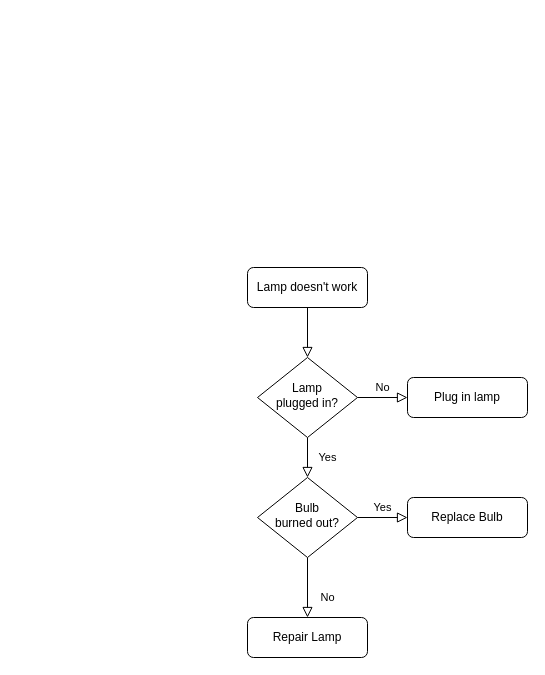
Above: Untitled Diagram.drawio in minhld1709/Blog (draw.io), before the change. Source tidied: cells renumbered, new cells numbered last; positions are measured from the earlier drawing's top-left corner, leaving out a move shared by most shapes. Both pictures are drawn from the tidied source at 100%, with x=0, y=0 at pixel (247, 267).
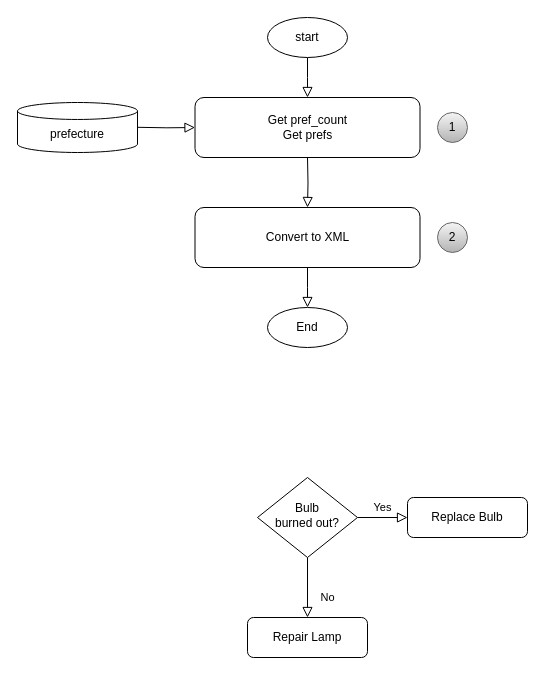
The same page after the edit.

Unchanged cells that the change refers to:
```xml
<mxCell id="10" value="Bulb&lt;br&gt;burned out?" style="rhombus;whiteSpace=wrap;html=1;shadow=0;fontFamily=Helvetica;fontSize=12;align=center;strokeWidth=1;spacing=6;spacingTop=-4;" parent="1" vertex="1">
  <mxGeometry x="10" y="210" width="100" height="80" as="geometry" />
</mxCell>
```

Change to the diagram source:
```diff
@@
-    <mxCell id="2" style="rounded=0;html=1;jettySize=auto;fontSize=11;endArrow=block;endFill=0;endSize=8;strokeWidth=1;shadow=0;labelBackgroundColor=none;edgeStyle=orthogonalEdgeStyle;" parent="1" edge="1" source="3" target="6">
-      <mxGeometry relative="1" as="geometry" />
+    <mxCell id="2" style="rounded=0;html=1;jettySize=auto;fontSize=11;endArrow=block;endFill=0;endSize=8;strokeWidth=1;shadow=0;labelBackgroundColor=none;edgeStyle=orthogonalEdgeStyle;exitX=0.5;exitY=1;exitDx=0;exitDy=0;" parent="1" edge="1" source="13">
+      <mxGeometry relative="1" as="geometry">
+        <mxPoint x="60" y="-170" as="targetPoint" />
+      </mxGeometry>
     </mxCell>
-    <mxCell id="3" value="Lamp doesn't work" style="rounded=1;whiteSpace=wrap;html=1;fontSize=12;glass=0;strokeWidth=1;shadow=0;" parent="1" vertex="1">
-      <mxGeometry width="120" height="40" as="geometry" />
-    </mxCell>
-    <mxCell id="4" value="Yes" style="rounded=0;html=1;jettySize=auto;fontSize=11;endArrow=block;endFill=0;endSize=8;strokeWidth=1;shadow=0;labelBackgroundColor=none;edgeStyle=orthogonalEdgeStyle;" parent="1" edge="1" source="6" target="10">
-      <mxGeometry y="20" relative="1" as="geometry" />
-    </mxCell>
-    <mxCell id="5" value="No" style="edgeStyle=orthogonalEdgeStyle;rounded=0;html=1;jettySize=auto;fontSize=11;endArrow=block;endFill=0;endSize=8;strokeWidth=1;shadow=0;labelBackgroundColor=none;" parent="1" edge="1" source="6" target="7">
-      <mxGeometry y="10" relative="1" as="geometry" />
-    </mxCell>
-    <mxCell id="6" value="Lamp&lt;br&gt;plugged in?" style="rhombus;whiteSpace=wrap;html=1;shadow=0;fontFamily=Helvetica;fontSize=12;align=center;strokeWidth=1;spacing=6;spacingTop=-4;" parent="1" vertex="1">
-      <mxGeometry x="10" y="90" width="100" height="80" as="geometry" />
-    </mxCell>
-    <mxCell id="7" value="Plug in lamp" style="rounded=1;whiteSpace=wrap;html=1;fontSize=12;glass=0;strokeWidth=1;shadow=0;" parent="1" vertex="1">
-      <mxGeometry x="160" y="110" width="120" height="40" as="geometry" />
-    </mxCell>
@@
+    <mxCell id="13" value="start" style="ellipse;whiteSpace=wrap;html=1;" parent="1" vertex="1">
+      <mxGeometry x="20" y="-250" width="80" height="40" as="geometry" />
+    </mxCell>
+    <mxCell id="14" value="Get pref_count&lt;br&gt;Get prefs" style="rounded=1;whiteSpace=wrap;html=1;fontSize=12;glass=0;strokeWidth=1;shadow=0;" parent="1" vertex="1">
+      <mxGeometry x="-52.5" y="-170" width="225" height="60" as="geometry" />
+    </mxCell>
+    <mxCell id="15" value="prefecture" style="shape=cylinder3;whiteSpace=wrap;html=1;boundedLbl=1;backgroundOutline=1;size=8.482758620689708;" parent="1" vertex="1">
+      <mxGeometry x="-230" y="-165" width="120" height="50" as="geometry" />
+    </mxCell>
+    <mxCell id="16" style="edgeStyle=orthogonalEdgeStyle;rounded=0;html=1;jettySize=auto;fontSize=11;endArrow=block;endFill=0;endSize=8;strokeWidth=1;shadow=0;labelBackgroundColor=none;entryX=0;entryY=0.5;entryDx=0;entryDy=0;" parent="1" edge="1" target="14">
+      <mxGeometry y="10" relative="1" as="geometry">
+        <mxPoint x="-110" y="-140.2" as="sourcePoint" />
+      </mxGeometry>
+    </mxCell>
+    <mxCell id="17" style="rounded=0;html=1;jettySize=auto;fontSize=11;endArrow=block;endFill=0;endSize=8;strokeWidth=1;shadow=0;labelBackgroundColor=none;edgeStyle=orthogonalEdgeStyle;entryX=0.5;entryY=0;entryDx=0;entryDy=0;" parent="1" edge="1" target="18">
+      <mxGeometry relative="1" as="geometry">
+        <mxPoint x="60" y="-110" as="sourcePoint" />
+      </mxGeometry>
+    </mxCell>
+    <mxCell id="18" value="Convert to XML" style="rounded=1;whiteSpace=wrap;html=1;fontSize=12;glass=0;strokeWidth=1;shadow=0;" parent="1" vertex="1">
+      <mxGeometry x="-52.5" y="-60" width="225" height="60" as="geometry" />
+    </mxCell>
+    <mxCell id="19" value="1" style="ellipse;whiteSpace=wrap;html=1;fillColor=#f5f5f5;strokeColor=#666666;gradientColor=#b3b3b3;" parent="1" vertex="1">
+      <mxGeometry x="190" y="-155" width="30" height="30" as="geometry" />
+    </mxCell>
+    <mxCell id="20" value="End" style="ellipse;whiteSpace=wrap;html=1;" parent="1" vertex="1">
+      <mxGeometry x="20" y="40" width="80" height="40" as="geometry" />
+    </mxCell>
+    <mxCell id="21" style="rounded=0;html=1;jettySize=auto;fontSize=11;endArrow=block;endFill=0;endSize=8;strokeWidth=1;shadow=0;labelBackgroundColor=none;edgeStyle=orthogonalEdgeStyle;exitX=0.5;exitY=1;exitDx=0;exitDy=0;" parent="1" edge="1" source="18">
+      <mxGeometry relative="1" as="geometry">
+        <mxPoint x="60" y="40" as="targetPoint" />
+      </mxGeometry>
+    </mxCell>
+    <mxCell id="22" value="2" style="ellipse;whiteSpace=wrap;html=1;fillColor=#f5f5f5;strokeColor=#666666;gradientColor=#b3b3b3;" parent="1" vertex="1">
+      <mxGeometry x="190" y="-45" width="30" height="30" as="geometry" />
+    </mxCell>
```
